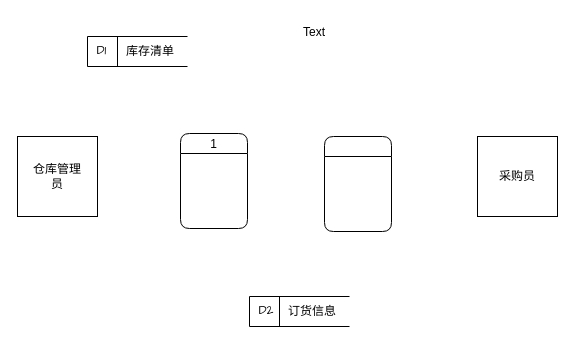
This is 未命名绘图.drawio from wangXingRunning/weige.github.io, a draw.io file, before an edit. Source tidied: cells renumbered, new cells numbered last; positions are measured from the earlier drawing's top-left corner, leaving out a move shared by most shapes. Both pictures are drawn from the tidied source at 100%, with x=0, y=0 at pixel (17, 17).
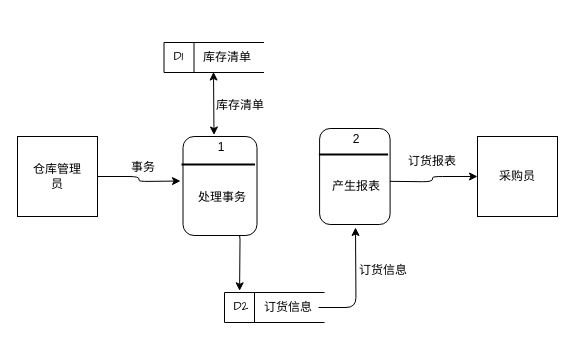
The same diagram, later.

Commit message (it also covers changes not shown here):
更新未命名绘图.drawio

Unchanged cells that the change refers to:
```xml
<mxCell id="2" style="whiteSpace=wrap;html=1;hachureGap=4;fontFamily=Architects Daughter;rounded=0;" parent="1" vertex="1">
  <mxGeometry y="119" width="80" height="80" as="geometry" />
</mxCell>
<mxCell id="3" style="whiteSpace=wrap;html=1;hachureGap=4;fontFamily=Architects Daughter;rounded=0;" parent="1" vertex="1">
  <mxGeometry x="460" y="119" width="80" height="80" as="geometry" />
</mxCell>
```

What changed in the source:
```diff
@@
+    <mxCell id="13" style="edgeStyle=orthogonalEdgeStyle;jettySize=auto;html=1;exitX=1;exitY=0.5;exitDx=0;exitDy=0;entryX=0;entryY=0.5;entryDx=0;entryDy=0;" parent="1" edge="1" source="2">
+      <mxGeometry relative="1" as="geometry">
+        <mxPoint x="163" y="163.5" as="targetPoint" />
+      </mxGeometry>
+    </mxCell>
@@
     <mxCell id="4" value="&amp;nbsp;D1" style="html=1;dashed=0;whiteSpace=wrap;shape=mxgraph.dfd.dataStoreID;align=left;spacingLeft=3;rounded=0;hachureGap=4;strokeColor=default;verticalAlign=middle;fontFamily=Architects Daughter;fontSize=12;fontColor=default;fillColor=default;" parent="1" vertex="1">
-      <mxGeometry x="70" y="19" width="100" height="30" as="geometry" />
+      <mxGeometry x="146.5" y="25" width="100" height="30" as="geometry" />
     </mxCell>
     <mxCell id="5" value="库存清单" style="text;html=1;align=center;verticalAlign=middle;whiteSpace=wrap;rounded=0;" parent="1" vertex="1">
-      <mxGeometry x="103" y="19" width="60" height="30" as="geometry" />
+      <mxGeometry x="179.5" y="25" width="60" height="30" as="geometry" />
     </mxCell>
-    <mxCell id="6" value="Text" style="text;html=1;align=center;verticalAlign=middle;whiteSpace=wrap;rounded=0;" parent="1" vertex="1">
-      <mxGeometry x="267" width="60" height="30" as="geometry" />
+    <mxCell id="6" value="订货报表" style="text;html=1;align=center;verticalAlign=middle;whiteSpace=wrap;rounded=0;" parent="1" vertex="1">
+      <mxGeometry x="385" y="129" width="60" height="30" as="geometry" />
     </mxCell>
-    <mxCell id="7" value="1" style="swimlane;fontStyle=0;horizontal=1;startSize=20;fillColor=#ffffff;swimlaneFillColor=#ffffff;rounded=1;" parent="1" vertex="1">
-      <mxGeometry x="163" y="116" width="67" height="95" as="geometry" />
-    </mxCell>
-    <mxCell id="8" style="swimlane;fontStyle=0;horizontal=1;startSize=20;fillColor=#ffffff;swimlaneFillColor=#ffffff;rounded=1;" parent="1" vertex="1">
-      <mxGeometry x="307" y="119" width="67" height="95" as="geometry" />
-    </mxCell>
+    <mxCell id="14" style="edgeStyle=orthogonalEdgeStyle;orthogonalLoop=1;jettySize=auto;html=1;" parent="1" edge="1">
+      <mxGeometry relative="1" as="geometry">
+        <mxPoint x="196.5" y="211" as="sourcePoint" />
+        <mxPoint x="222.1" y="273.3" as="targetPoint" />
+      </mxGeometry>
+    </mxCell>
+    <mxCell id="15" style="edgeStyle=orthogonalEdgeStyle;jettySize=auto;html=1;exitX=1;exitY=0.5;exitDx=0;exitDy=0;entryX=0;entryY=0.5;entryDx=0;entryDy=0;" parent="1" edge="1" target="3">
+      <mxGeometry relative="1" as="geometry">
+        <mxPoint x="369" y="163.8" as="sourcePoint" />
+      </mxGeometry>
+    </mxCell>
@@
     <mxCell id="11" value="&amp;nbsp;D2" style="html=1;dashed=0;whiteSpace=wrap;shape=mxgraph.dfd.dataStoreID;align=left;spacingLeft=3;rounded=0;hachureGap=4;strokeColor=default;verticalAlign=middle;fontFamily=Architects Daughter;fontSize=12;fontColor=default;fillColor=default;" parent="1" vertex="1">
-      <mxGeometry x="232" y="279" width="100" height="30" as="geometry" />
+      <mxGeometry x="207" y="275" width="100" height="30" as="geometry" />
     </mxCell>
+    <mxCell id="16" style="edgeStyle=orthogonalEdgeStyle;jettySize=auto;html=1;entryX=0.5;entryY=1;entryDx=0;entryDy=0;" parent="1" edge="1" source="12">
+      <mxGeometry relative="1" as="geometry">
+        <mxPoint x="338" y="210" as="targetPoint" />
+      </mxGeometry>
+    </mxCell>
     <mxCell id="12" value="订货信息" style="text;html=1;align=center;verticalAlign=middle;whiteSpace=wrap;rounded=0;" parent="1" vertex="1">
-      <mxGeometry x="265" y="279" width="60" height="30" as="geometry" />
+      <mxGeometry x="241" y="275" width="60" height="30" as="geometry" />
     </mxCell>
+    <mxCell id="17" value="事务" style="text;html=1;align=center;verticalAlign=middle;whiteSpace=wrap;rounded=0;" parent="1" vertex="1">
+      <mxGeometry x="96" y="135" width="60" height="30" as="geometry" />
+    </mxCell>
+    <mxCell id="18" value="订货信息" style="text;html=1;align=center;verticalAlign=middle;whiteSpace=wrap;rounded=0;" parent="1" vertex="1">
+      <mxGeometry x="336" y="238" width="60" height="30" as="geometry" />
+    </mxCell>
+    <mxCell id="19" style="endArrow=classic;startArrow=classic;html=1;" parent="1" edge="1">
+      <mxGeometry relative="1" as="geometry">
+        <mxPoint x="196.5" y="117.5" as="sourcePoint" />
+        <mxPoint x="196" y="54.5" as="targetPoint" />
+      </mxGeometry>
+    </mxCell>
+    <mxCell id="20" value="库存清单" style="text;html=1;align=center;verticalAlign=middle;whiteSpace=wrap;rounded=0;" parent="1" vertex="1">
+      <mxGeometry x="193" y="73" width="60" height="30" as="geometry" />
+    </mxCell>
+    <mxCell id="21" style="rounded=1;whiteSpace=wrap;html=1;" parent="1" vertex="1">
+      <mxGeometry x="165.5" y="119" width="74" height="99" as="geometry" />
+    </mxCell>
+    <mxCell id="22" style="line;strokeWidth=2;html=1;" parent="1" vertex="1">
+      <mxGeometry x="164" y="142" width="73.5" height="10" as="geometry" />
+    </mxCell>
+    <mxCell id="7" value="1" style="text;html=1;align=center;verticalAlign=middle;whiteSpace=wrap;rounded=0;" parent="1" vertex="1">
+      <mxGeometry x="173.5" y="119" width="60" height="22" as="geometry" />
+    </mxCell>
+    <mxCell id="23" value="处理事务" style="text;html=1;align=center;verticalAlign=middle;whiteSpace=wrap;rounded=0;" parent="1" vertex="1">
+      <mxGeometry x="175" y="166" width="60" height="28" as="geometry" />
+    </mxCell>
+    <mxCell id="24" style="rounded=1;whiteSpace=wrap;html=1;" parent="1" vertex="1">
+      <mxGeometry x="302.1" y="111" width="70.5" height="96" as="geometry" />
+    </mxCell>
+    <mxCell id="25" style="line;strokeWidth=2;html=1;" parent="1" vertex="1">
+      <mxGeometry x="301.4" y="132" width="69.2" height="10" as="geometry" />
+    </mxCell>
+    <mxCell id="26" value="2" style="text;html=1;align=center;verticalAlign=middle;whiteSpace=wrap;rounded=0;" parent="1" vertex="1">
+      <mxGeometry x="310.1" y="111" width="57.5" height="22" as="geometry" />
+    </mxCell>
+    <mxCell id="27" value="产生报表" style="text;html=1;align=center;verticalAlign=middle;whiteSpace=wrap;rounded=0;" parent="1" vertex="1">
+      <mxGeometry x="309" y="154" width="60" height="30" as="geometry" />
+    </mxCell>
```
